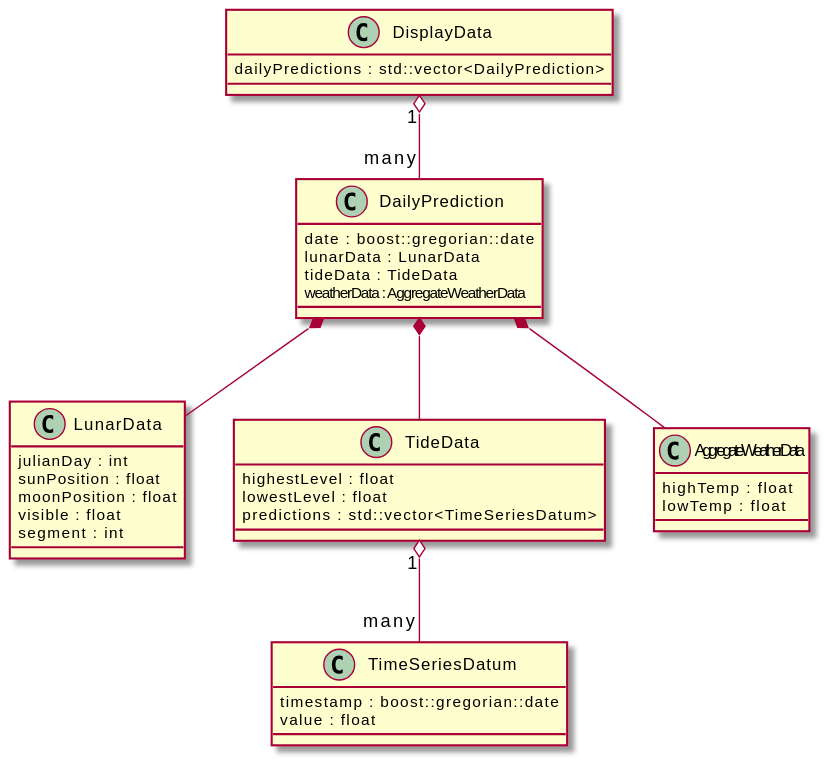
Before: docs/DisplayDataClasses.svg, a diagram exported from PlantUML (ciroque/tidal).
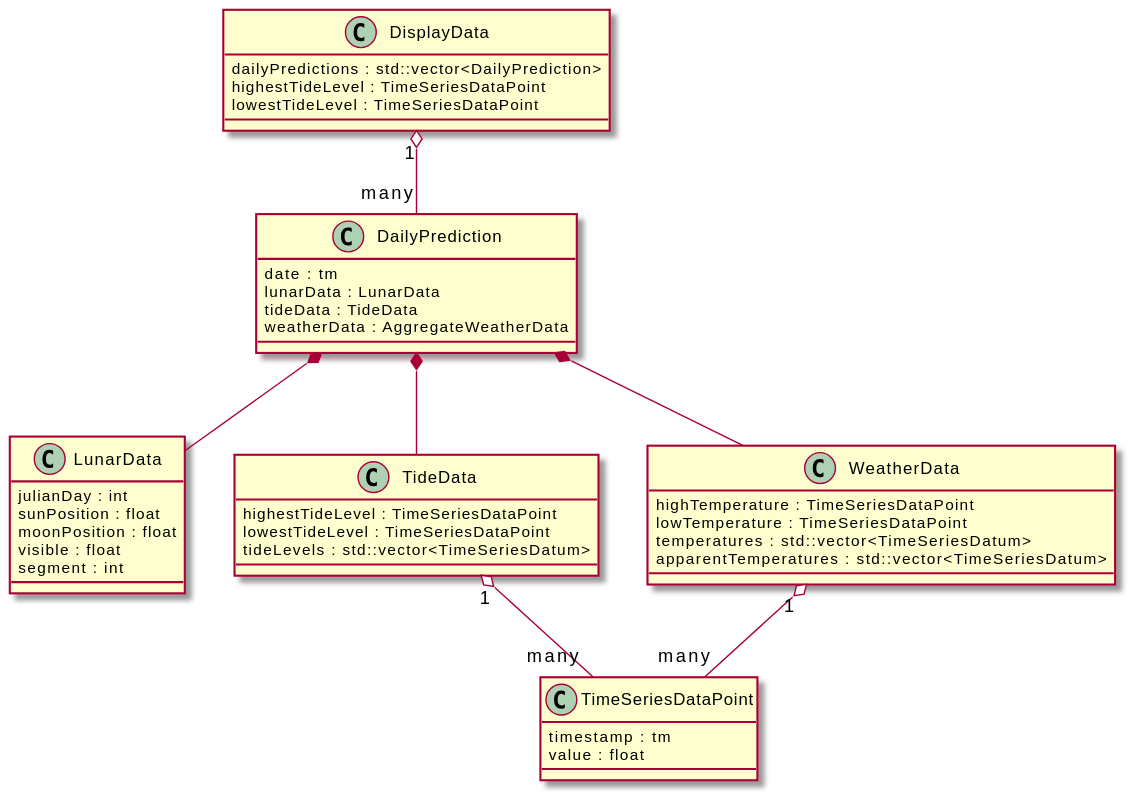
The same diagram one commit later.

What changed in the source:
```diff
@@ -1,16 +1,18 @@
 @startuml
 
-class TimeSeriesDatum {
-    timestamp : boost::gregorian::date
+class TimeSeriesDataPoint {
+    timestamp : tm
     value : float
 }
 
 class DisplayData {
     dailyPredictions : std::vector<DailyPrediction>
+    highestTideLevel : TimeSeriesDataPoint
+    lowestTideLevel : TimeSeriesDataPoint
 }
 
 class DailyPrediction {
-    date : boost::gregorian::date
+    date : tm
     lunarData : LunarData
     tideData : TideData
     weatherData : AggregateWeatherData
@@ -25,21 +27,24 @@
 }
 
 class TideData {
-    highestLevel : float
-    lowestLevel : float
-    predictions : std::vector<TimeSeriesDatum>
+    highestTideLevel : TimeSeriesDataPoint
+    lowestTideLevel : TimeSeriesDataPoint
+    tideLevels : std::vector<TimeSeriesDatum>
 }
 
-class AggregateWeatherData {
-    highTemp : float
-    lowTemp : float
+class WeatherData {
+    highTemperature : TimeSeriesDataPoint
+    lowTemperature : TimeSeriesDataPoint
+    temperatures : std::vector<TimeSeriesDatum>
+    apparentTemperatures : std::vector<TimeSeriesDatum>
 }
 
 DisplayData "1" o-- "many" DailyPrediction
 DailyPrediction *-- LunarData
 DailyPrediction *-- TideData
-DailyPrediction *-- AggregateWeatherData
-TideData "1" o-- "many" TimeSeriesDatum
+DailyPrediction *-- WeatherData
+TideData "1" o-- "many" TimeSeriesDataPoint
+WeatherData "1" o-- "many" TimeSeriesDataPoint
 
 
 @enduml
```
